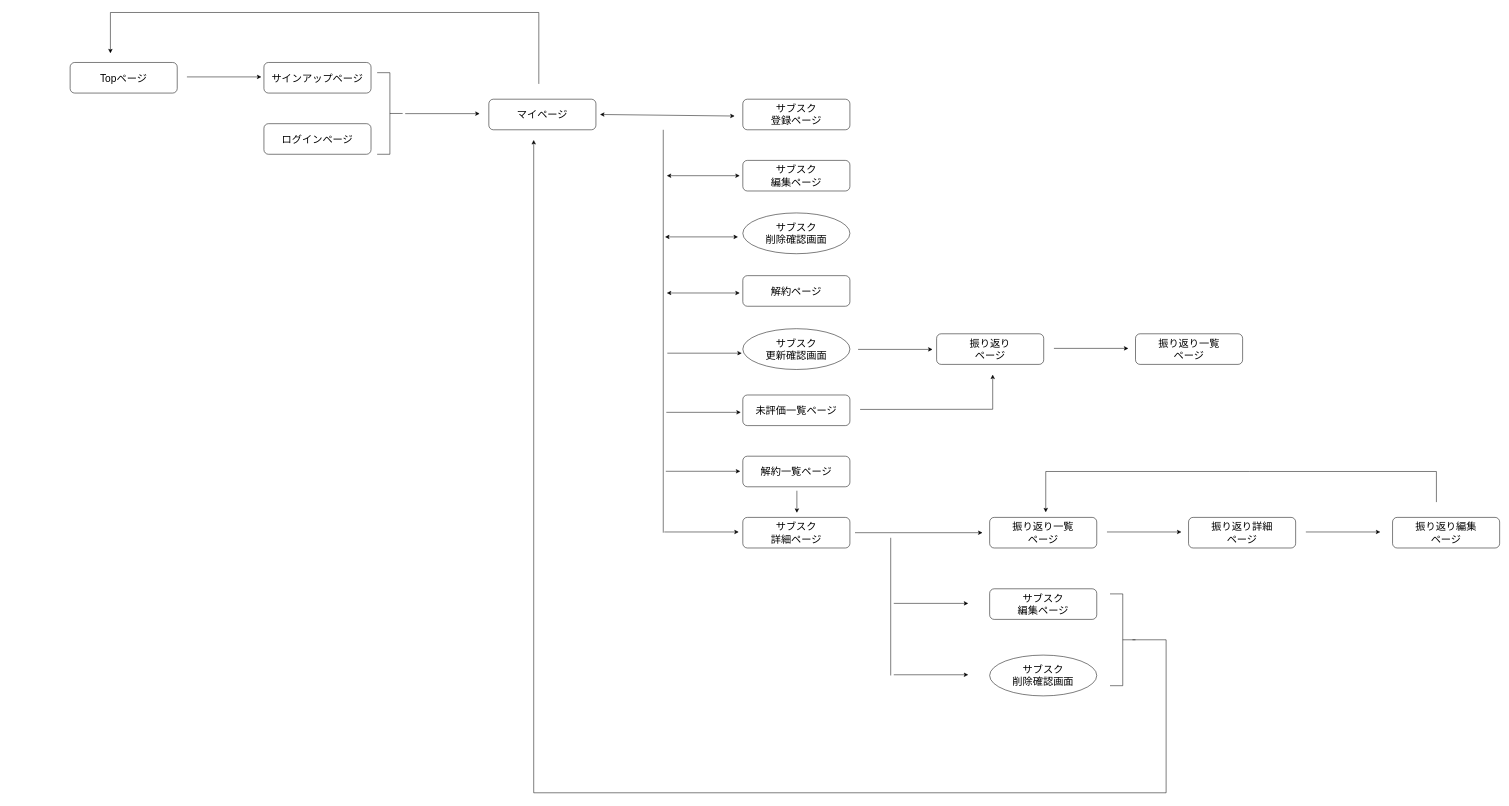
28niwa2108/look-back keeps this draw.io diagram as screen_transition_dia.dio. Above is the earlier version. Source tidied: cells renumbered, new cells numbered last; positions are measured from the earlier drawing's top-left corner, leaving out a move shared by most shapes. Both pictures are drawn from the tidied source at 51%, with x=0, y=0 at pixel (70, 12).
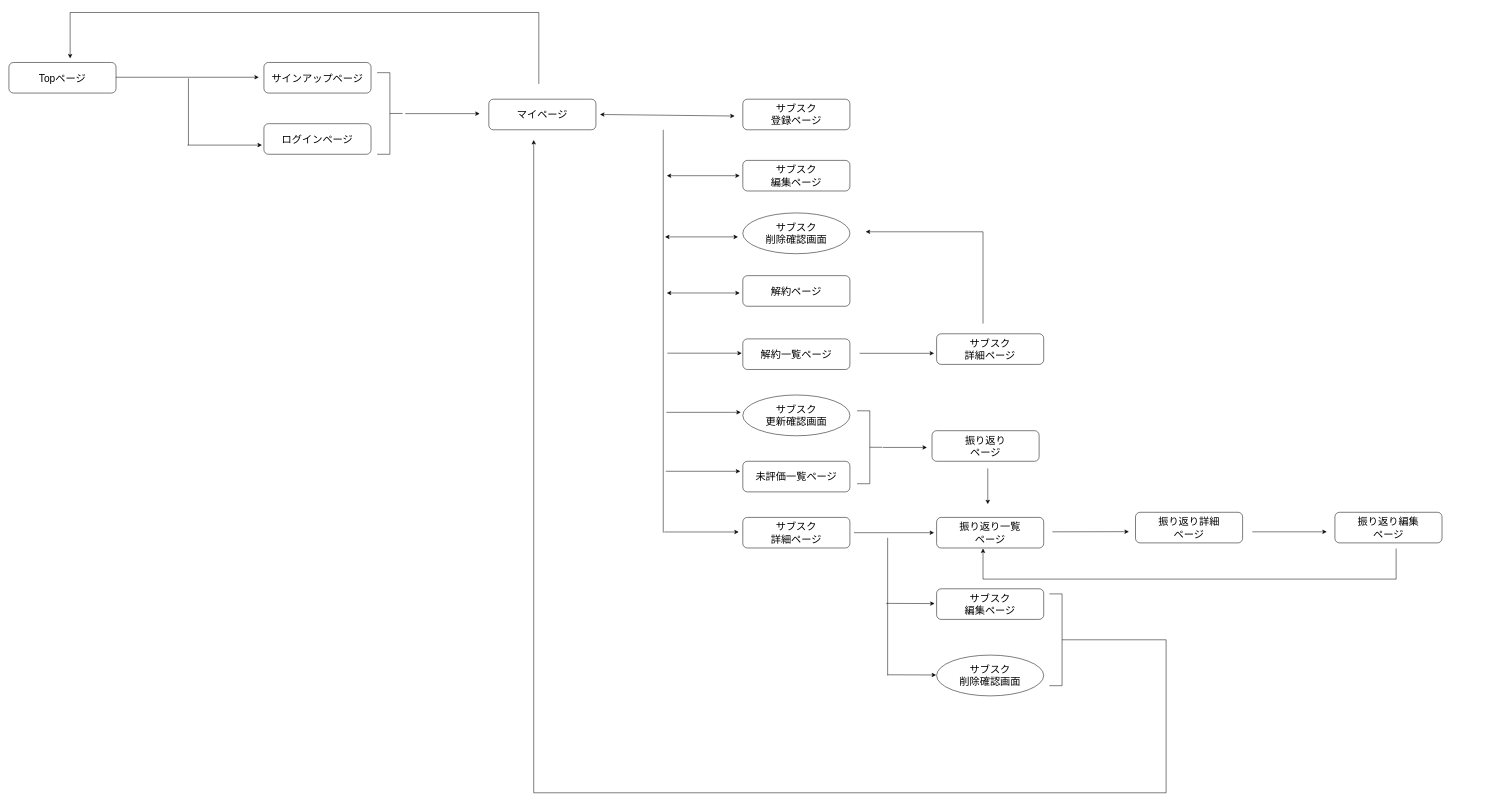
The same diagram, later.

Commit message (it also covers changes not shown here):
画面遷移図の修正

The edit, as a diff of the source:
```diff
@@
     <mxCell id="8" value="&lt;font style=&quot;font-size: 20px&quot;&gt;解約一覧ページ&lt;/font&gt;" style="rounded=1;whiteSpace=wrap;html=1;" parent="1" vertex="1">
-      <mxGeometry x="1319" y="870" width="210" height="60" as="geometry" />
+      <mxGeometry x="1319" y="640" width="210" height="60" as="geometry" />
     </mxCell>
     <mxCell id="9" value="&lt;font style=&quot;font-size: 20px&quot;&gt;未評価一覧ページ&lt;/font&gt;" style="rounded=1;whiteSpace=wrap;html=1;" parent="1" vertex="1">
-      <mxGeometry x="1319" y="750" width="210" height="60" as="geometry" />
+      <mxGeometry x="1319" y="880" width="210" height="60" as="geometry" />
     </mxCell>
@@
     <mxCell id="11" value="&lt;font style=&quot;font-size: 20px&quot;&gt;サブスク&lt;br&gt;更新確認画面&lt;/font&gt;" style="ellipse;whiteSpace=wrap;html=1;" parent="1" vertex="1">
-      <mxGeometry x="1319" y="620" width="210" height="80" as="geometry" />
+      <mxGeometry x="1319" y="750" width="210" height="80" as="geometry" />
     </mxCell>
     <mxCell id="12" value="&lt;font style=&quot;font-size: 20px&quot;&gt;振り返り&lt;br&gt;ページ&lt;br&gt;&lt;/font&gt;" style="rounded=1;whiteSpace=wrap;html=1;" parent="1" vertex="1">
-      <mxGeometry x="1699" y="630" width="210" height="60" as="geometry" />
+      <mxGeometry x="1690" y="820" width="210" height="60" as="geometry" />
     </mxCell>
-    <mxCell id="13" value="&lt;font style=&quot;font-size: 20px&quot;&gt;振り返り一覧&lt;br&gt;ページ&lt;br&gt;&lt;/font&gt;" style="rounded=1;whiteSpace=wrap;html=1;" parent="1" vertex="1">
-      <mxGeometry x="2089" y="630" width="210" height="60" as="geometry" />
-    </mxCell>
     <mxCell id="14" value="&lt;font style=&quot;font-size: 20px&quot;&gt;サブスク&lt;br&gt;編集ページ&lt;br&gt;&lt;/font&gt;" style="rounded=1;whiteSpace=wrap;html=1;" parent="1" vertex="1">
-      <mxGeometry x="1803" y="1130" width="210" height="60" as="geometry" />
+      <mxGeometry x="1699" y="1130" width="210" height="60" as="geometry" />
     </mxCell>
     <mxCell id="15" value="&lt;font style=&quot;font-size: 20px&quot;&gt;サブスク&lt;br&gt;削除確認画面&lt;/font&gt;" style="ellipse;whiteSpace=wrap;html=1;" parent="1" vertex="1">
-      <mxGeometry x="1803" y="1260" width="210" height="80" as="geometry" />
+      <mxGeometry x="1699" y="1260" width="210" height="80" as="geometry" />
     </mxCell>
     <mxCell id="16" value="&lt;font style=&quot;font-size: 20px&quot;&gt;振り返り詳細&lt;br&gt;ページ&lt;br&gt;&lt;/font&gt;" style="rounded=1;whiteSpace=wrap;html=1;" parent="1" vertex="1">
-      <mxGeometry x="2193" y="990" width="210" height="60" as="geometry" />
+      <mxGeometry x="2089" y="980" width="210" height="60" as="geometry" />
     </mxCell>
     <mxCell id="17" value="&lt;font style=&quot;font-size: 20px&quot;&gt;振り返り編集&lt;br&gt;ページ&lt;br&gt;&lt;/font&gt;" style="rounded=1;whiteSpace=wrap;html=1;" parent="1" vertex="1">
-      <mxGeometry x="2593" y="990" width="210" height="60" as="geometry" />
+      <mxGeometry x="2480" y="980" width="210" height="60" as="geometry" />
     </mxCell>
     <mxCell id="18" value="&lt;font style=&quot;font-size: 20px&quot;&gt;振り返り一覧&lt;br&gt;ページ&lt;br&gt;&lt;/font&gt;" style="rounded=1;whiteSpace=wrap;html=1;" parent="1" vertex="1">
-      <mxGeometry x="1803" y="990" width="210" height="60" as="geometry" />
+      <mxGeometry x="1699" y="990" width="210" height="60" as="geometry" />
     </mxCell>
@@
     <mxCell id="25" style="endArrow=classic;html=1;" parent="1" edge="1">
       <mxGeometry relative="1" as="geometry">
-        <mxPoint x="1545" y="660.6" as="sourcePoint" />
-        <mxPoint x="1691" y="660.6" as="targetPoint" />
+        <mxPoint x="1594" y="852.8" as="sourcePoint" />
+        <mxPoint x="1680" y="852.8" as="targetPoint" />
       </mxGeometry>
     </mxCell>
@@
     <mxCell id="29" style="endArrow=classic;html=1;" parent="1" edge="1">
       <mxGeometry relative="1" as="geometry">
-        <mxPoint x="1929" y="658.6" as="sourcePoint" />
-        <mxPoint x="2075" y="658.6" as="targetPoint" />
+        <mxPoint x="1799.3" y="894" as="sourcePoint" />
+        <mxPoint x="1799.3" y="964" as="targetPoint" />
       </mxGeometry>
     </mxCell>
     <mxCell id="30" style="endArrow=classic;html=1;" parent="1" edge="1">
       <mxGeometry relative="1" as="geometry">
-        <mxPoint x="1539" y="1020" as="sourcePoint" />
-        <mxPoint x="1789" y="1020" as="targetPoint" />
+        <mxPoint x="1537" y="1020" as="sourcePoint" />
+        <mxPoint x="1694" y="1020" as="targetPoint" />
       </mxGeometry>
     </mxCell>
     <mxCell id="31" style="endArrow=classic;html=1;" parent="1" edge="1">
       <mxGeometry relative="1" as="geometry">
-        <mxPoint x="2033" y="1018.6" as="sourcePoint" />
-        <mxPoint x="2179" y="1018.6" as="targetPoint" />
+        <mxPoint x="1926" y="1018.3" as="sourcePoint" />
+        <mxPoint x="2076" y="1018" as="targetPoint" />
       </mxGeometry>
     </mxCell>
     <mxCell id="32" style="endArrow=classic;html=1;" parent="1" edge="1">
       <mxGeometry relative="1" as="geometry">
-        <mxPoint x="2423" y="1018.6" as="sourcePoint" />
-        <mxPoint x="2569" y="1018.6" as="targetPoint" />
+        <mxPoint x="2318" y="1018.3" as="sourcePoint" />
+        <mxPoint x="2464" y="1018.3" as="targetPoint" />
       </mxGeometry>
     </mxCell>
     <mxCell id="33" style="endArrow=classic;html=1;rounded=0;" parent="1" edge="1">
       <mxGeometry relative="1" as="geometry">
-        <mxPoint x="2679" y="960" as="sourcePoint" />
-        <mxPoint x="1913" y="980" as="targetPoint" />
+        <mxPoint x="2600" y="1051" as="sourcePoint" />
+        <mxPoint x="1790" y="1051" as="targetPoint" />
         <Array as="points">
-          <mxPoint x="2679" y="900" />
-          <mxPoint x="2313" y="900" />
-          <mxPoint x="1913" y="900" />
+          <mxPoint x="2600" y="1111" />
+          <mxPoint x="1790" y="1111" />
         </Array>
       </mxGeometry>
     </mxCell>
     <mxCell id="34" style="endArrow=classic;html=1;" parent="1" edge="1">
       <mxGeometry relative="1" as="geometry">
-        <mxPoint x="1615" y="1158.6" as="sourcePoint" />
-        <mxPoint x="1761" y="1158.6" as="targetPoint" />
+        <mxPoint x="1600" y="1158.6" as="sourcePoint" />
+        <mxPoint x="1695" y="1159" as="targetPoint" />
       </mxGeometry>
     </mxCell>
     <mxCell id="35" style="endArrow=classic;html=1;" parent="1" edge="1">
       <mxGeometry relative="1" as="geometry">
-        <mxPoint x="1615" y="1298.6" as="sourcePoint" />
-        <mxPoint x="1761" y="1298.6" as="targetPoint" />
+        <mxPoint x="1603" y="1298.6" as="sourcePoint" />
+        <mxPoint x="1698" y="1299" as="targetPoint" />
       </mxGeometry>
     </mxCell>
     <mxCell id="36" style="endArrow=none;html=1;" parent="1" edge="1">
       <mxGeometry relative="1" as="geometry">
-        <mxPoint x="1609" y="1300" as="sourcePoint" />
-        <mxPoint x="1609" y="1030" as="targetPoint" />
+        <mxPoint x="1603" y="1300" as="sourcePoint" />
+        <mxPoint x="1603" y="1030" as="targetPoint" />
       </mxGeometry>
     </mxCell>
     <mxCell id="37" style="strokeWidth=1;html=1;shape=mxgraph.flowchart.annotation_2;align=left;labelPosition=right;rotation=-180;" parent="1" vertex="1">
-      <mxGeometry x="2039" y="1140" width="50" height="180" as="geometry" />
+      <mxGeometry x="1920" y="1140" width="50" height="180" as="geometry" />
     </mxCell>
-    <mxCell id="38" style="endArrow=classic;html=1;rounded=0;" parent="1" edge="1">
+    <mxCell id="38" style="endArrow=classic;html=1;rounded=0;exitX=0;exitY=0.5;exitDx=0;exitDy=0;exitPerimeter=0;" parent="1" edge="1" source="37">
       <mxGeometry relative="1" as="geometry">
-        <mxPoint x="2083" y="1230" as="sourcePoint" />
         <mxPoint x="909" y="250" as="targetPoint" />
         <Array as="points">
           <mxPoint x="2149" y="1230" />
           <mxPoint x="2149" y="1530" />
           <mxPoint x="1339" y="1530" />
           <mxPoint x="909" y="1530" />
         </Array>
       </mxGeometry>
     </mxCell>
     <mxCell id="39" value="&lt;font style=&quot;font-size: 20px&quot;&gt;Topページ&lt;/font&gt;" style="rounded=1;whiteSpace=wrap;html=1;" parent="1" vertex="1">
-      <mxGeometry y="98" width="210" height="60" as="geometry" />
+      <mxGeometry x="-120" y="98" width="210" height="60" as="geometry" />
     </mxCell>
     <mxCell id="40" style="endArrow=classic;html=1;" parent="1" edge="1">
       <mxGeometry relative="1" as="geometry">
-        <mxPoint x="229" y="126.3" as="sourcePoint" />
-        <mxPoint x="375" y="126.3" as="targetPoint" />
+        <mxPoint x="90" y="127" as="sourcePoint" />
+        <mxPoint x="370" y="127" as="targetPoint" />
       </mxGeometry>
     </mxCell>
@@
     <mxCell id="44" style="endArrow=classic;html=1;rounded=0;" parent="1" edge="1">
       <mxGeometry relative="1" as="geometry">
         <mxPoint x="919" y="140" as="sourcePoint" />
-        <mxPoint x="79" y="80" as="targetPoint" />
+        <mxPoint y="90" as="targetPoint" />
         <Array as="points">
           <mxPoint x="919" />
-          <mxPoint x="79" />
+          <mxPoint />
         </Array>
       </mxGeometry>
     </mxCell>
-    <mxCell id="45" style="endArrow=classic;html=1;rounded=0;" parent="1" edge="1">
-      <mxGeometry relative="1" as="geometry">
-        <mxPoint x="1549" y="778.3" as="sourcePoint" />
-        <mxPoint x="1809" y="710" as="targetPoint" />
-        <Array as="points">
-          <mxPoint x="1809" y="778" />
-        </Array>
-      </mxGeometry>
-    </mxCell>
-    <mxCell id="46" style="endArrow=classic;html=1;" parent="1" edge="1">
-      <mxGeometry relative="1" as="geometry">
-        <mxPoint x="1425" y="937.7" as="sourcePoint" />
-        <mxPoint x="1425" y="981" as="targetPoint" />
-      </mxGeometry>
-    </mxCell>
+    <mxCell id="47" style="endArrow=none;html=1;" parent="1" edge="1">
+      <mxGeometry relative="1" as="geometry">
+        <mxPoint x="232" y="260" as="sourcePoint" />
+        <mxPoint x="232" y="129" as="targetPoint" />
+      </mxGeometry>
+    </mxCell>
+    <mxCell id="48" style="endArrow=classic;html=1;" parent="1" edge="1">
+      <mxGeometry relative="1" as="geometry">
+        <mxPoint x="230" y="260" as="sourcePoint" />
+        <mxPoint x="376" y="260" as="targetPoint" />
+      </mxGeometry>
+    </mxCell>
+    <mxCell id="49" style="endArrow=classic;html=1;" parent="1" edge="1">
+      <mxGeometry relative="1" as="geometry">
+        <mxPoint x="1548" y="668.3" as="sourcePoint" />
+        <mxPoint x="1694" y="668.3" as="targetPoint" />
+      </mxGeometry>
+    </mxCell>
+    <mxCell id="50" value="&lt;font style=&quot;font-size: 20px&quot;&gt;サブスク&lt;br&gt;詳細ページ&lt;br&gt;&lt;/font&gt;" style="rounded=1;whiteSpace=wrap;html=1;" parent="1" vertex="1">
+      <mxGeometry x="1699" y="630" width="210" height="60" as="geometry" />
+    </mxCell>
+    <mxCell id="51" style="strokeWidth=1;html=1;shape=mxgraph.flowchart.annotation_2;align=left;labelPosition=right;rotation=-180;" parent="1" vertex="1">
+      <mxGeometry x="1543" y="781" width="50" height="143" as="geometry" />
+    </mxCell>
+    <mxCell id="52" style="endArrow=classic;html=1;rounded=0;" parent="1" edge="1">
+      <mxGeometry relative="1" as="geometry">
+        <mxPoint x="1790" y="610" as="sourcePoint" />
+        <mxPoint x="1560" y="430" as="targetPoint" />
+        <Array as="points">
+          <mxPoint x="1790" y="430" />
+        </Array>
+      </mxGeometry>
+    </mxCell>
```
